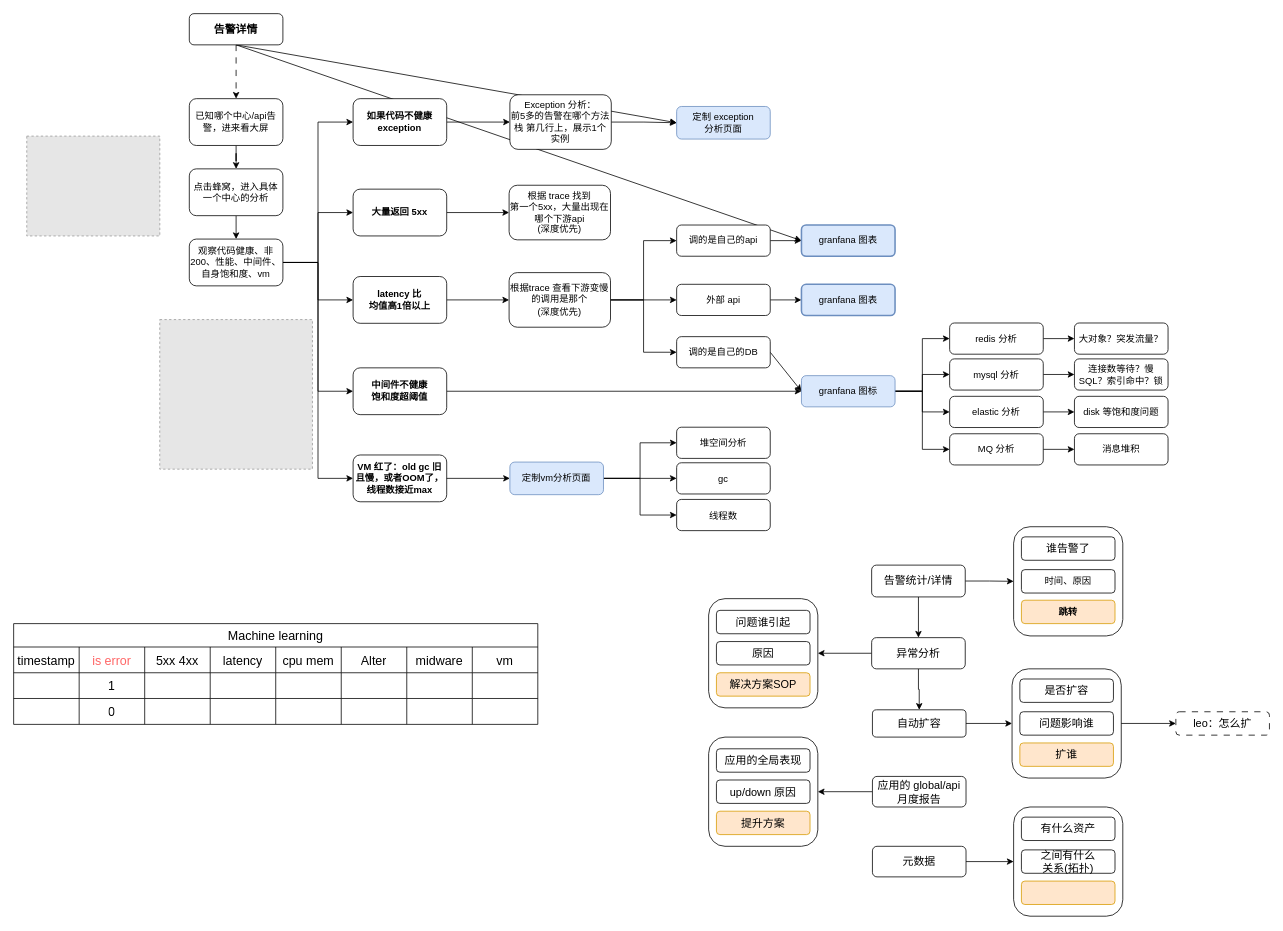
Earlier version of the draw.io diagram page "feature" (6 of 6) of 数据采集架构图.drawio (Allen9797/WorkZone). Source tidied: cells renumbered, new cells numbered last; positions are measured from the earlier drawing's top-left corner, leaving out a move shared by most shapes. Both pictures are drawn from the tidied source at 78%, with x=0, y=0 at pixel (13, 13). Pictures stored in the file or linked from it are replaced by grey dashed boxes.
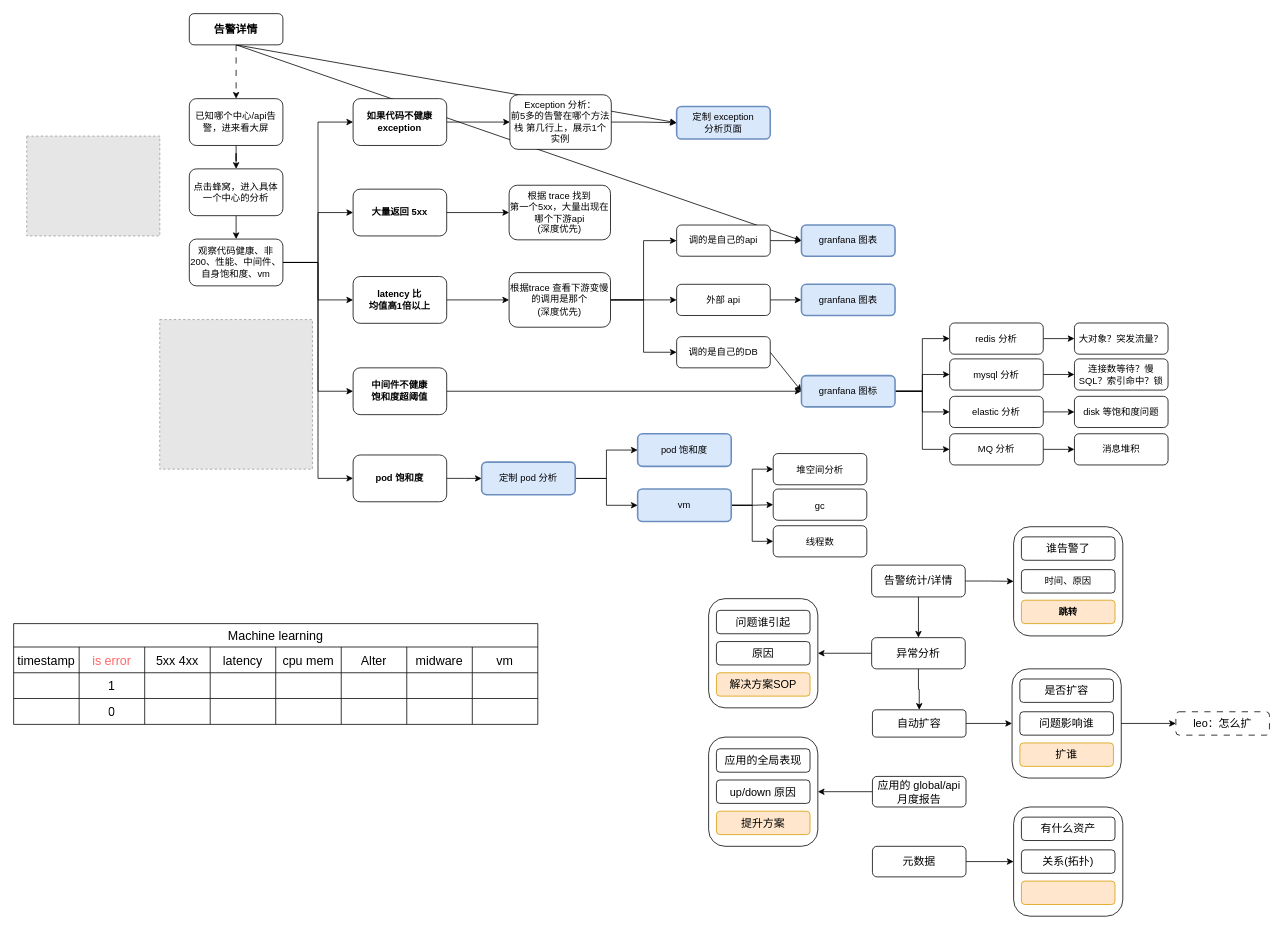
Above is the later version.

Commit message (it also covers changes not shown here):
更新数据采集架构图.drawio

The edit, as a diff of the source:
```diff
@@
+    <mxCell id="130" style="edgeStyle=orthogonalEdgeStyle;rounded=0;jettySize=auto;html=1;exitX=1;exitY=0.5;exitDx=0;exitDy=0;entryX=0;entryY=0.5;entryDx=0;entryDy=0;" parent="1" edge="1" source="34" target="134">
+      <mxGeometry relative="1" as="geometry" />
+    </mxCell>
-    <mxCell id="34" value="&lt;span style=&quot;font-size: 12px;&quot;&gt;VM 红了：old gc 旧且慢，或者OOM了，线程数接近max&lt;br style=&quot;font-size: 12px;&quot;&gt;&lt;/span&gt;" style="rounded=1;whiteSpace=wrap;html=1;fontStyle=1;fontSize=12;" parent="1" vertex="1">
+    <mxCell id="34" value="&lt;span style=&quot;font-size: 12px;&quot;&gt;pod 饱和度&lt;br style=&quot;font-size: 12px;&quot;&gt;&lt;/span&gt;" style="rounded=1;whiteSpace=wrap;html=1;fontStyle=1;fontSize=12;" parent="1" vertex="1">
       <mxGeometry x="435.2" y="565.8" width="120" height="60" as="geometry" />
     </mxCell>
@@
     <mxCell id="40" value="堆空间分析&lt;span style=&quot;font-size: 14px;&quot;&gt;&lt;br&gt;&lt;/span&gt;" style="rounded=1;whiteSpace=wrap;html=1;" parent="1" vertex="1">
-      <mxGeometry x="850" y="530.2" width="120" height="40" as="geometry" />
+      <mxGeometry x="973.8" y="564" width="120" height="40" as="geometry" />
     </mxCell>
     <mxCell id="41" value="gc&lt;span style=&quot;font-size: 14px;&quot;&gt;&lt;br&gt;&lt;/span&gt;" style="rounded=1;whiteSpace=wrap;html=1;" parent="1" vertex="1">
-      <mxGeometry x="850" y="575.8" width="120" height="40" as="geometry" />
+      <mxGeometry x="973.8" y="609.5" width="120" height="40" as="geometry" />
     </mxCell>
     <mxCell id="42" value="线程数&lt;span style=&quot;font-size: 14px;&quot;&gt;&lt;br&gt;&lt;/span&gt;" style="rounded=1;whiteSpace=wrap;html=1;" parent="1" vertex="1">
-      <mxGeometry x="850" y="622.8" width="120" height="40" as="geometry" />
+      <mxGeometry x="973.8" y="656.5" width="120" height="40" as="geometry" />
     </mxCell>
@@
-    <mxCell id="112" style="edgeStyle=orthogonalEdgeStyle;rounded=0;jettySize=auto;html=1;exitX=1;exitY=0.5;exitDx=0;exitDy=0;" parent="1" edge="1" source="34" target="113">
-      <mxGeometry relative="1" as="geometry" />
-    </mxCell>
-    <mxCell id="113" value="&lt;span style=&quot;font-size: 12px;&quot;&gt;定制vm分析页面&lt;br style=&quot;font-size: 12px;&quot;&gt;&lt;/span&gt;" style="rounded=1;whiteSpace=wrap;html=1;fontStyle=0;fontSize=12;fillColor=#dae8fc;strokeColor=#6c8ebf;" parent="1" vertex="1">
-      <mxGeometry x="636.2" y="574.9" width="120" height="41.8" as="geometry" />
+    <mxCell id="113" value="vm&lt;span style=&quot;font-size: 12px;&quot;&gt;&lt;br style=&quot;font-size: 12px;&quot;&gt;&lt;/span&gt;" style="rounded=1;whiteSpace=wrap;html=1;fontStyle=0;fontSize=12;fillColor=#dae8fc;strokeColor=#6c8ebf;strokeWidth=2;" parent="1" vertex="1">
+      <mxGeometry x="800" y="609.4" width="120" height="41.8" as="geometry" />
     </mxCell>
@@
-    <mxCell id="118" value="&lt;span style=&quot;font-size: 12px;&quot;&gt;定制 exception&lt;br&gt;分析页面&lt;br style=&quot;font-size: 12px;&quot;&gt;&lt;/span&gt;" style="rounded=1;whiteSpace=wrap;html=1;fontStyle=0;fontSize=12;fillColor=#dae8fc;strokeColor=#6c8ebf;" parent="1" vertex="1">
+    <mxCell id="118" value="&lt;span style=&quot;font-size: 12px;&quot;&gt;定制 exception&lt;br&gt;分析页面&lt;br style=&quot;font-size: 12px;&quot;&gt;&lt;/span&gt;" style="rounded=1;whiteSpace=wrap;html=1;fontStyle=0;fontSize=12;fillColor=#dae8fc;strokeColor=#6c8ebf;strokeWidth=2;" parent="1" vertex="1">
       <mxGeometry x="850" y="119" width="120" height="41.8" as="geometry" />
     </mxCell>
@@
-    <mxCell id="123" value="&lt;font style=&quot;font-size: 12px;&quot;&gt;granfana 图标&lt;/font&gt;" style="rounded=1;whiteSpace=wrap;html=1;fillColor=#dae8fc;strokeColor=#6c8ebf;" parent="1" vertex="1">
+    <mxCell id="123" value="&lt;font style=&quot;font-size: 12px;&quot;&gt;granfana 图标&lt;/font&gt;" style="rounded=1;whiteSpace=wrap;html=1;fillColor=#dae8fc;strokeColor=#6c8ebf;strokeWidth=2;" parent="1" vertex="1">
       <mxGeometry x="1010" y="464.1" width="120" height="40" as="geometry" />
     </mxCell>
@@
-    <mxCell id="127" value="&lt;span style=&quot;font-size: 14px;&quot;&gt;之间有什么&lt;br&gt;关系(拓扑)&lt;br&gt;&lt;/span&gt;" style="rounded=1;whiteSpace=wrap;html=1;" parent="1" vertex="1">
+    <mxCell id="127" value="&lt;span style=&quot;font-size: 14px;&quot;&gt;关系(拓扑)&lt;br&gt;&lt;/span&gt;" style="rounded=1;whiteSpace=wrap;html=1;" parent="1" vertex="1">
       <mxGeometry x="1292" y="1072.1" width="120" height="30" as="geometry" />
     </mxCell>
@@
+    <mxCell id="131" value="&lt;span style=&quot;font-size: 12px;&quot;&gt;pod 饱和度&lt;br style=&quot;font-size: 12px;&quot;&gt;&lt;/span&gt;" style="rounded=1;whiteSpace=wrap;html=1;fontStyle=0;fontSize=12;fillColor=#dae8fc;strokeColor=#6c8ebf;strokeWidth=2;" parent="1" vertex="1">
+      <mxGeometry x="800" y="538.6" width="120" height="41.8" as="geometry" />
+    </mxCell>
+    <mxCell id="132" style="edgeStyle=orthogonalEdgeStyle;rounded=0;jettySize=auto;html=1;exitX=1;exitY=0.5;exitDx=0;exitDy=0;entryX=0;entryY=0.5;entryDx=0;entryDy=0;" parent="1" edge="1" source="134" target="131">
+      <mxGeometry relative="1" as="geometry" />
+    </mxCell>
+    <mxCell id="133" style="edgeStyle=orthogonalEdgeStyle;rounded=0;jettySize=auto;html=1;exitX=1;exitY=0.5;exitDx=0;exitDy=0;entryX=0;entryY=0.5;entryDx=0;entryDy=0;" parent="1" edge="1" source="134" target="113">
+      <mxGeometry relative="1" as="geometry" />
+    </mxCell>
+    <mxCell id="134" value="&lt;span style=&quot;font-size: 12px;&quot;&gt;定制 pod 分析&lt;br style=&quot;font-size: 12px;&quot;&gt;&lt;/span&gt;" style="rounded=1;whiteSpace=wrap;html=1;fontStyle=0;fontSize=12;fillColor=#dae8fc;strokeColor=#6c8ebf;strokeWidth=2;" parent="1" vertex="1">
+      <mxGeometry x="600" y="575" width="120" height="41.8" as="geometry" />
+    </mxCell>
```
